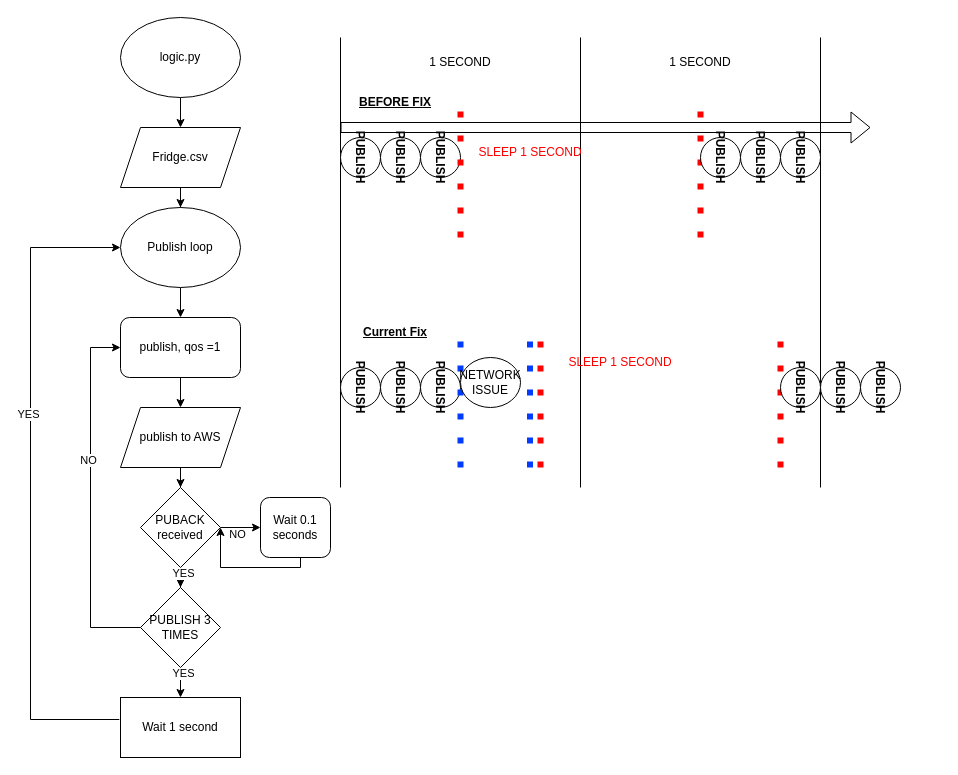
This is errors.drawio from aimanhaizal/turbo-octo-waddle, a draw.io file, before an edit. Source tidied: cells renumbered, new cells numbered last; positions are measured from the earlier drawing's top-left corner, leaving out a move shared by most shapes. Both pictures are drawn from the tidied source at 100%, with x=0, y=0 at pixel (30, 17).
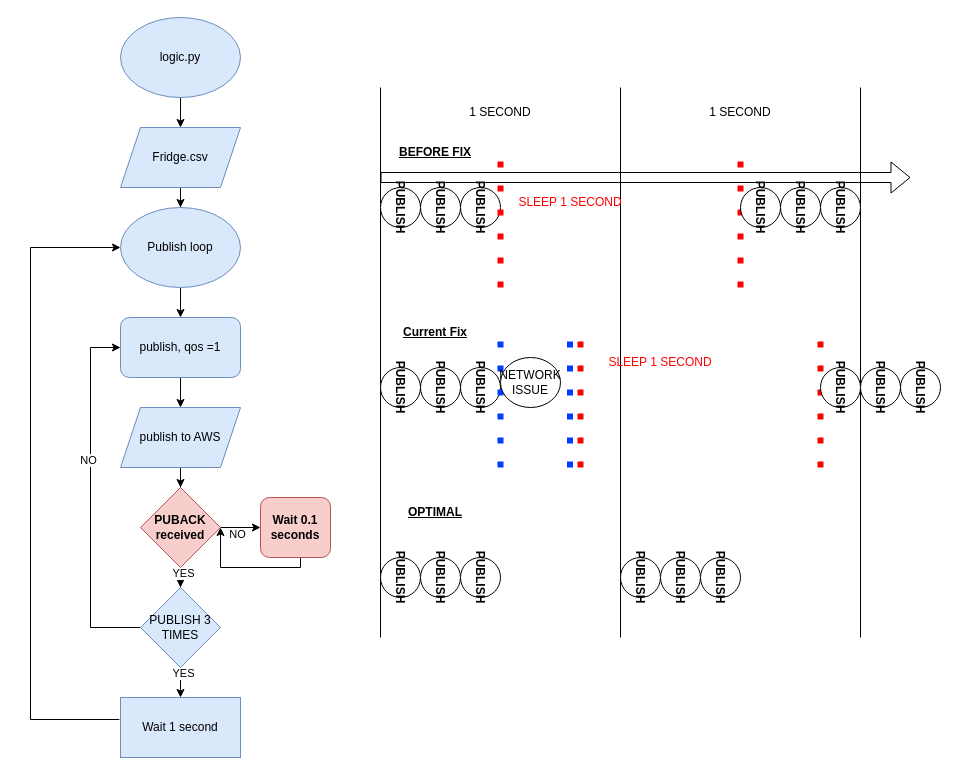
The same page after the edit.

The change refers to these unchanged cells:
```xml
<mxCell id="54" style="edgeStyle=orthogonalEdgeStyle;rounded=0;orthogonalLoop=1;jettySize=auto;html=1;exitX=0;exitY=0.5;exitDx=0;exitDy=0;" parent="1" edge="1">
  <mxGeometry relative="1" as="geometry">
    <mxPoint x="88.8" y="702" as="sourcePoint" />
    <mxPoint x="90" y="230" as="targetPoint" />
    <Array as="points">
      <mxPoint y="702" />
      <mxPoint y="230" />
    </Array>
  </mxGeometry>
</mxCell>
```

Change to the diagram source:
```diff
@@
-    <mxCell id="3" value="logic.py" style="ellipse;whiteSpace=wrap;html=1;" parent="1" vertex="1">
+    <mxCell id="3" value="logic.py" style="ellipse;whiteSpace=wrap;html=1;fillColor=#dae8fc;strokeColor=#6c8ebf;" parent="1" vertex="1">
       <mxGeometry x="90" width="120" height="80" as="geometry" />
     </mxCell>
@@
-    <mxCell id="5" value="Fridge.csv" style="shape=parallelogram;perimeter=parallelogramPerimeter;whiteSpace=wrap;html=1;fixedSize=1;" parent="1" vertex="1">
+    <mxCell id="5" value="Fridge.csv" style="shape=parallelogram;perimeter=parallelogramPerimeter;whiteSpace=wrap;html=1;fixedSize=1;fillColor=#dae8fc;strokeColor=#6c8ebf;" parent="1" vertex="1">
       <mxGeometry x="90" y="110" width="120" height="60" as="geometry" />
     </mxCell>
@@
-    <mxCell id="7" value="publish, qos =1" style="rounded=1;whiteSpace=wrap;html=1;" parent="1" vertex="1">
+    <mxCell id="7" value="publish, qos =1" style="rounded=1;whiteSpace=wrap;html=1;fillColor=#dae8fc;strokeColor=#6c8ebf;" parent="1" vertex="1">
       <mxGeometry x="90" y="300" width="120" height="60" as="geometry" />
     </mxCell>
@@
-    <mxCell id="9" value="publish to AWS" style="shape=parallelogram;perimeter=parallelogramPerimeter;whiteSpace=wrap;html=1;fixedSize=1;" parent="1" vertex="1">
+    <mxCell id="9" value="publish to AWS" style="shape=parallelogram;perimeter=parallelogramPerimeter;whiteSpace=wrap;html=1;fixedSize=1;fillColor=#dae8fc;strokeColor=#6c8ebf;" parent="1" vertex="1">
       <mxGeometry x="90" y="390" width="120" height="60" as="geometry" />
     </mxCell>
@@
-    <mxCell id="11" value="Publish loop" style="ellipse;whiteSpace=wrap;html=1;" parent="1" vertex="1">
+    <mxCell id="11" value="Publish loop" style="ellipse;whiteSpace=wrap;html=1;fillColor=#dae8fc;strokeColor=#6c8ebf;" parent="1" vertex="1">
       <mxGeometry x="90" y="190" width="120" height="80" as="geometry" />
     </mxCell>
@@
-    <mxCell id="16" value="&lt;div&gt;PUBACK&lt;/div&gt;&lt;div&gt;received&lt;br&gt;&lt;/div&gt;" style="rhombus;whiteSpace=wrap;html=1;" parent="1" vertex="1">
+    <mxCell id="16" value="&lt;div&gt;PUBACK&lt;/div&gt;&lt;div&gt;received&lt;br&gt;&lt;/div&gt;" style="rhombus;whiteSpace=wrap;html=1;fillColor=#f8cecc;strokeColor=#b85450;fontStyle=1;" parent="1" vertex="1">
       <mxGeometry x="110" y="470" width="80" height="80" as="geometry" />
     </mxCell>
@@
-    <mxCell id="20" value="Wait 0.1 seconds" style="rounded=1;whiteSpace=wrap;html=1;" parent="1" vertex="1">
+    <mxCell id="20" value="Wait 0.1 seconds" style="rounded=1;whiteSpace=wrap;html=1;fillColor=#f8cecc;strokeColor=#b85450;fontStyle=1;" parent="1" vertex="1">
       <mxGeometry x="230" y="480" width="70" height="60" as="geometry" />
     </mxCell>
     <mxCell id="21" style="shape=flexArrow;endArrow=classic;html=1;rounded=0;" parent="1" edge="1">
       <mxGeometry relative="1" as="geometry">
-        <mxPoint x="310" y="110" as="sourcePoint" />
-        <mxPoint x="840" y="110" as="targetPoint" />
+        <mxPoint x="350" y="160" as="sourcePoint" />
+        <mxPoint x="880" y="160" as="targetPoint" />
       </mxGeometry>
     </mxCell>
     <mxCell id="22" style="endArrow=none;html=1;rounded=0;" parent="1" edge="1">
       <mxGeometry relative="1" as="geometry">
-        <mxPoint x="310" y="470" as="sourcePoint" />
-        <mxPoint x="310" y="20" as="targetPoint" />
+        <mxPoint x="350" y="620" as="sourcePoint" />
+        <mxPoint x="350" y="70" as="targetPoint" />
       </mxGeometry>
     </mxCell>
     <mxCell id="23" value="1 SECOND" style="text;html=1;align=center;verticalAlign=middle;whiteSpace=wrap;rounded=0;" parent="1" vertex="1">
-      <mxGeometry x="390" y="30" width="80" height="30" as="geometry" />
+      <mxGeometry x="430" y="80" width="80" height="30" as="geometry" />
     </mxCell>
     <mxCell id="24" style="endArrow=none;html=1;rounded=0;" parent="1" edge="1">
       <mxGeometry relative="1" as="geometry">
-        <mxPoint x="550" y="470" as="sourcePoint" />
-        <mxPoint x="550" y="20" as="targetPoint" />
+        <mxPoint x="590" y="620" as="sourcePoint" />
+        <mxPoint x="590" y="70" as="targetPoint" />
       </mxGeometry>
     </mxCell>
     <mxCell id="25" value="&lt;b&gt;PUBLISH&lt;/b&gt;" style="ellipse;whiteSpace=wrap;html=1;rotation=90;" parent="1" vertex="1">
-      <mxGeometry x="310" y="120" width="40" height="40" as="geometry" />
+      <mxGeometry x="350" y="170" width="40" height="40" as="geometry" />
     </mxCell>
     <mxCell id="26" value="&lt;b&gt;PUBLISH&lt;/b&gt;" style="ellipse;whiteSpace=wrap;html=1;rotation=90;" parent="1" vertex="1">
-      <mxGeometry x="350" y="120" width="40" height="40" as="geometry" />
+      <mxGeometry x="390" y="170" width="40" height="40" as="geometry" />
     </mxCell>
     <mxCell id="27" value="&lt;b&gt;PUBLISH&lt;/b&gt;" style="ellipse;whiteSpace=wrap;html=1;rotation=90;" parent="1" vertex="1">
-      <mxGeometry x="390" y="120" width="40" height="40" as="geometry" />
+      <mxGeometry x="430" y="170" width="40" height="40" as="geometry" />
     </mxCell>
     <mxCell id="28" style="endArrow=none;dashed=1;html=1;dashPattern=1 3;strokeWidth=6;rounded=0;strokeColor=#FF0000;curved=0;" parent="1" edge="1">
       <mxGeometry relative="1" as="geometry">
-        <mxPoint x="430" y="220" as="sourcePoint" />
-        <mxPoint x="430" y="90" as="targetPoint" />
+        <mxPoint x="470" y="270" as="sourcePoint" />
+        <mxPoint x="470" y="140" as="targetPoint" />
       </mxGeometry>
     </mxCell>
     <mxCell id="29" style="endArrow=none;dashed=1;html=1;dashPattern=1 3;strokeWidth=6;rounded=0;strokeColor=#FF0000;curved=0;" parent="1" edge="1">
       <mxGeometry relative="1" as="geometry">
-        <mxPoint x="670" y="220" as="sourcePoint" />
-        <mxPoint x="670" y="90" as="targetPoint" />
+        <mxPoint x="710" y="270" as="sourcePoint" />
+        <mxPoint x="710" y="140" as="targetPoint" />
       </mxGeometry>
     </mxCell>
     <mxCell id="30" style="endArrow=none;html=1;rounded=0;" parent="1" edge="1">
       <mxGeometry relative="1" as="geometry">
-        <mxPoint x="790" y="470" as="sourcePoint" />
-        <mxPoint x="790" y="20" as="targetPoint" />
+        <mxPoint x="830" y="620" as="sourcePoint" />
+        <mxPoint x="830" y="70" as="targetPoint" />
       </mxGeometry>
     </mxCell>
     <mxCell id="31" value="1 SECOND" style="text;html=1;align=center;verticalAlign=middle;whiteSpace=wrap;rounded=0;" parent="1" vertex="1">
-      <mxGeometry x="630" y="30" width="80" height="30" as="geometry" />
+      <mxGeometry x="670" y="80" width="80" height="30" as="geometry" />
     </mxCell>
     <mxCell id="32" value="&lt;font color=&quot;#ff0000&quot;&gt;SLEEP 1 SECOND&lt;/font&gt;" style="text;html=1;align=center;verticalAlign=middle;whiteSpace=wrap;rounded=0;" parent="1" vertex="1">
-      <mxGeometry x="430" y="120" width="140" height="30" as="geometry" />
+      <mxGeometry x="470" y="170" width="140" height="30" as="geometry" />
     </mxCell>
     <mxCell id="33" value="&lt;b&gt;PUBLISH&lt;/b&gt;" style="ellipse;whiteSpace=wrap;html=1;rotation=90;" parent="1" vertex="1">
-      <mxGeometry x="670" y="120" width="40" height="40" as="geometry" />
+      <mxGeometry x="710" y="170" width="40" height="40" as="geometry" />
     </mxCell>
     <mxCell id="34" value="&lt;b&gt;PUBLISH&lt;/b&gt;" style="ellipse;whiteSpace=wrap;html=1;rotation=90;" parent="1" vertex="1">
-      <mxGeometry x="710" y="120" width="40" height="40" as="geometry" />
+      <mxGeometry x="750" y="170" width="40" height="40" as="geometry" />
     </mxCell>
     <mxCell id="35" value="&lt;b&gt;PUBLISH&lt;/b&gt;" style="ellipse;whiteSpace=wrap;html=1;rotation=90;" parent="1" vertex="1">
-      <mxGeometry x="750" y="120" width="40" height="40" as="geometry" />
+      <mxGeometry x="790" y="170" width="40" height="40" as="geometry" />
     </mxCell>
     <mxCell id="36" value="&lt;u&gt;&lt;b&gt;Current Fix&lt;/b&gt;&lt;/u&gt;" style="text;html=1;align=center;verticalAlign=middle;whiteSpace=wrap;rounded=0;" parent="1" vertex="1">
-      <mxGeometry x="310" y="300" width="110" height="30" as="geometry" />
+      <mxGeometry x="350" y="300" width="110" height="30" as="geometry" />
     </mxCell>
     <mxCell id="37" value="&lt;b&gt;PUBLISH&lt;/b&gt;" style="ellipse;whiteSpace=wrap;html=1;rotation=90;" parent="1" vertex="1">
-      <mxGeometry x="310" y="350" width="40" height="40" as="geometry" />
+      <mxGeometry x="350" y="350" width="40" height="40" as="geometry" />
     </mxCell>
     <mxCell id="38" value="&lt;b&gt;PUBLISH&lt;/b&gt;" style="ellipse;whiteSpace=wrap;html=1;rotation=90;" parent="1" vertex="1">
-      <mxGeometry x="350" y="350" width="40" height="40" as="geometry" />
+      <mxGeometry x="390" y="350" width="40" height="40" as="geometry" />
     </mxCell>
     <mxCell id="39" value="&lt;b&gt;PUBLISH&lt;/b&gt;" style="ellipse;whiteSpace=wrap;html=1;rotation=90;" parent="1" vertex="1">
-      <mxGeometry x="390" y="350" width="40" height="40" as="geometry" />
+      <mxGeometry x="430" y="350" width="40" height="40" as="geometry" />
     </mxCell>
     <mxCell id="40" style="endArrow=none;dashed=1;html=1;dashPattern=1 3;strokeWidth=6;rounded=0;strokeColor=#FF0000;curved=0;" parent="1" edge="1">
       <mxGeometry relative="1" as="geometry">
-        <mxPoint x="510" y="450" as="sourcePoint" />
-        <mxPoint x="510" y="320" as="targetPoint" />
+        <mxPoint x="550" y="450" as="sourcePoint" />
+        <mxPoint x="550" y="320" as="targetPoint" />
       </mxGeometry>
     </mxCell>
     <mxCell id="41" style="endArrow=none;dashed=1;html=1;dashPattern=1 3;strokeWidth=6;rounded=0;strokeColor=#FF0000;curved=0;" parent="1" edge="1">
       <mxGeometry relative="1" as="geometry">
-        <mxPoint x="750" y="450" as="sourcePoint" />
-        <mxPoint x="750" y="320" as="targetPoint" />
+        <mxPoint x="790" y="450" as="sourcePoint" />
+        <mxPoint x="790" y="320" as="targetPoint" />
       </mxGeometry>
     </mxCell>
     <mxCell id="42" value="&lt;font color=&quot;#ff0000&quot;&gt;SLEEP 1 SECOND&lt;/font&gt;" style="text;html=1;align=center;verticalAlign=middle;whiteSpace=wrap;rounded=0;" parent="1" vertex="1">
-      <mxGeometry x="520" y="330" width="140" height="30" as="geometry" />
+      <mxGeometry x="560" y="330" width="140" height="30" as="geometry" />
     </mxCell>
     <mxCell id="43" value="&lt;b&gt;PUBLISH&lt;/b&gt;" style="ellipse;whiteSpace=wrap;html=1;rotation=90;" parent="1" vertex="1">
-      <mxGeometry x="750" y="350" width="40" height="40" as="geometry" />
+      <mxGeometry x="790" y="350" width="40" height="40" as="geometry" />
     </mxCell>
     <mxCell id="44" value="&lt;b&gt;PUBLISH&lt;/b&gt;" style="ellipse;whiteSpace=wrap;html=1;rotation=90;" parent="1" vertex="1">
-      <mxGeometry x="790" y="350" width="40" height="40" as="geometry" />
+      <mxGeometry x="830" y="350" width="40" height="40" as="geometry" />
     </mxCell>
     <mxCell id="45" value="&lt;b&gt;PUBLISH&lt;/b&gt;" style="ellipse;whiteSpace=wrap;html=1;rotation=90;" parent="1" vertex="1">
-      <mxGeometry x="830" y="350" width="40" height="40" as="geometry" />
+      <mxGeometry x="870" y="350" width="40" height="40" as="geometry" />
     </mxCell>
     <mxCell id="46" style="endArrow=none;dashed=1;html=1;dashPattern=1 3;strokeWidth=6;rounded=0;strokeColor=#003CFF;curved=0;" parent="1" edge="1">
       <mxGeometry relative="1" as="geometry">
-        <mxPoint x="430" y="450" as="sourcePoint" />
-        <mxPoint x="430" y="320" as="targetPoint" />
+        <mxPoint x="470" y="450" as="sourcePoint" />
+        <mxPoint x="470" y="320" as="targetPoint" />
       </mxGeometry>
     </mxCell>
     <mxCell id="47" style="endArrow=none;dashed=1;html=1;dashPattern=1 3;strokeWidth=6;rounded=0;strokeColor=#003CFF;curved=0;" parent="1" edge="1">
       <mxGeometry relative="1" as="geometry">
-        <mxPoint x="499.5" y="450" as="sourcePoint" />
-        <mxPoint x="499.5" y="320" as="targetPoint" />
+        <mxPoint x="539.5" y="450" as="sourcePoint" />
+        <mxPoint x="539.5" y="320" as="targetPoint" />
       </mxGeometry>
     </mxCell>
     <mxCell id="48" value="NETWORK ISSUE" style="ellipse;whiteSpace=wrap;html=1;" parent="1" vertex="1">
-      <mxGeometry x="430" y="340" width="60" height="50" as="geometry" />
+      <mxGeometry x="470" y="340" width="60" height="50" as="geometry" />
     </mxCell>
     <mxCell id="49" value="&lt;u&gt;&lt;b&gt;BEFORE FIX&lt;br&gt;&lt;/b&gt;&lt;/u&gt;" style="text;html=1;align=center;verticalAlign=middle;whiteSpace=wrap;rounded=0;" parent="1" vertex="1">
-      <mxGeometry x="310" y="70" width="110" height="30" as="geometry" />
+      <mxGeometry x="350" y="120" width="110" height="30" as="geometry" />
     </mxCell>
@@
-    <mxCell id="52" value="PUBLISH 3 TIMES" style="rhombus;whiteSpace=wrap;html=1;" parent="1" vertex="1">
+    <mxCell id="52" value="PUBLISH 3 TIMES" style="rhombus;whiteSpace=wrap;html=1;fillColor=#dae8fc;strokeColor=#6c8ebf;" parent="1" vertex="1">
       <mxGeometry x="110" y="570" width="80" height="80" as="geometry" />
     </mxCell>
-    <mxCell id="53" value="Wait 1 second" style="whiteSpace=wrap;html=1;" parent="1" vertex="1">
+    <mxCell id="53" value="Wait 1 second" style="whiteSpace=wrap;html=1;fillColor=#dae8fc;strokeColor=#6c8ebf;" parent="1" vertex="1">
       <mxGeometry x="90" y="680" width="120" height="60" as="geometry" />
     </mxCell>
@@
-    <mxCell id="55" value="YES" style="edgeLabel;html=1;align=center;verticalAlign=middle;" parent="54" vertex="1">
-      <mxGeometry x="0.21" y="3" relative="1" as="geometry" />
-    </mxCell>
+    <mxCell id="56" value="&lt;b&gt;PUBLISH&lt;/b&gt;" style="ellipse;whiteSpace=wrap;html=1;rotation=90;" parent="1" vertex="1">
+      <mxGeometry x="350" y="540" width="40" height="40" as="geometry" />
+    </mxCell>
+    <mxCell id="57" value="&lt;b&gt;PUBLISH&lt;/b&gt;" style="ellipse;whiteSpace=wrap;html=1;rotation=90;" parent="1" vertex="1">
+      <mxGeometry x="390" y="540" width="40" height="40" as="geometry" />
+    </mxCell>
+    <mxCell id="58" value="&lt;b&gt;PUBLISH&lt;/b&gt;" style="ellipse;whiteSpace=wrap;html=1;rotation=90;" parent="1" vertex="1">
+      <mxGeometry x="430" y="540" width="40" height="40" as="geometry" />
+    </mxCell>
+    <mxCell id="59" value="&lt;b&gt;PUBLISH&lt;/b&gt;" style="ellipse;whiteSpace=wrap;html=1;rotation=90;" parent="1" vertex="1">
+      <mxGeometry x="590" y="540" width="40" height="40" as="geometry" />
+    </mxCell>
+    <mxCell id="60" value="&lt;b&gt;PUBLISH&lt;/b&gt;" style="ellipse;whiteSpace=wrap;html=1;rotation=90;" parent="1" vertex="1">
+      <mxGeometry x="630" y="540" width="40" height="40" as="geometry" />
+    </mxCell>
+    <mxCell id="61" value="&lt;b&gt;PUBLISH&lt;/b&gt;" style="ellipse;whiteSpace=wrap;html=1;rotation=90;" parent="1" vertex="1">
+      <mxGeometry x="670" y="540" width="40" height="40" as="geometry" />
+    </mxCell>
+    <mxCell id="62" value="&lt;u&gt;&lt;b&gt;OPTIMAL&lt;/b&gt;&lt;/u&gt;" style="text;html=1;align=center;verticalAlign=middle;whiteSpace=wrap;rounded=0;" parent="1" vertex="1">
+      <mxGeometry x="350" y="480" width="110" height="30" as="geometry" />
+    </mxCell>
```
